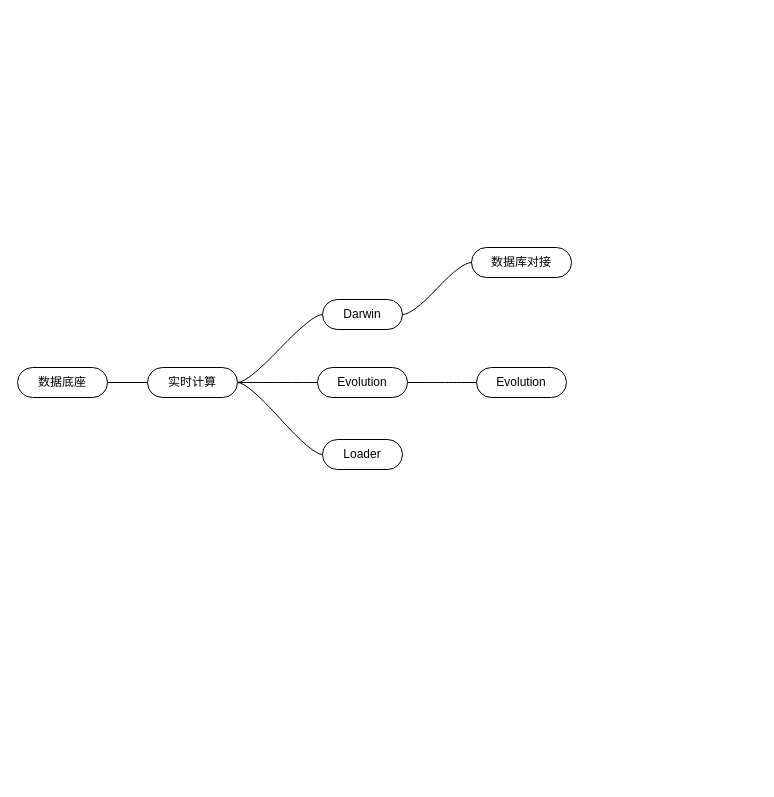
Before: Untitled Diagram.drawio in stromhan/blog, a draw.io diagram. Source tidied: cells renumbered, new cells numbered last; positions are measured from the earlier drawing's top-left corner, leaving out a move shared by most shapes. Both pictures are drawn from the tidied source at 100%, with x=0, y=0 at pixel (17, 247).
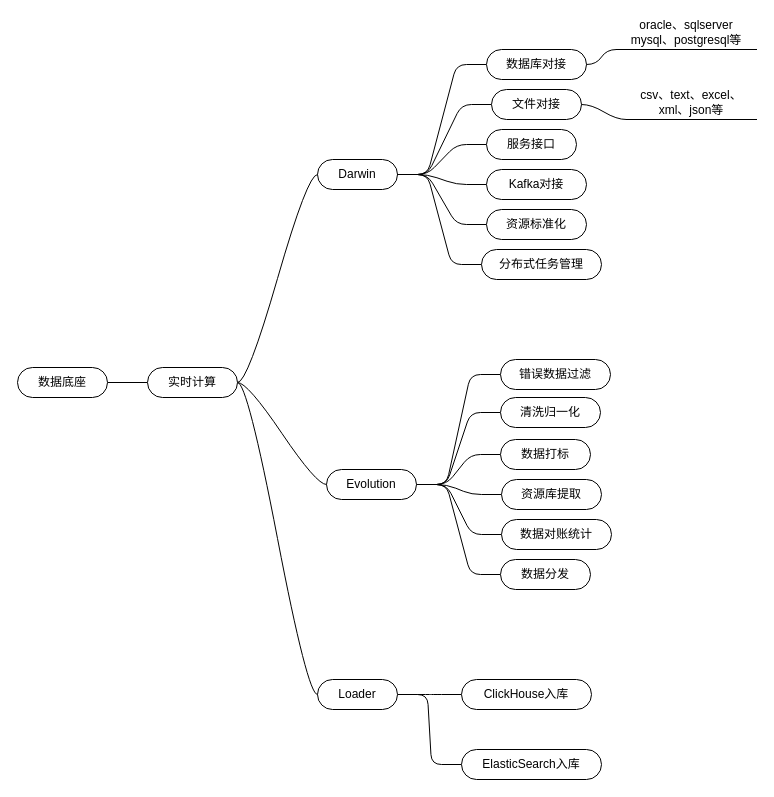
Above is the later version.

What changed in the source:
```diff
@@
+    <mxCell id="15" style="edgeStyle=entityRelationEdgeStyle;jettySize=auto;html=1;endArrow=none;endFill=0;" parent="1" edge="1" source="2" target="36">
+      <mxGeometry relative="1" as="geometry" />
+    </mxCell>
     <mxCell id="2" value="Darwin" style="whiteSpace=wrap;html=1;rounded=1;arcSize=50;align=center;verticalAlign=middle;strokeWidth=1;spacing=4;newEdgeStyle={&quot;edgeStyle&quot;:&quot;entityRelationEdgeStyle&quot;,&quot;startArrow&quot;:&quot;none&quot;,&quot;endArrow&quot;:&quot;none&quot;,&quot;segment&quot;:10,&quot;curved&quot;:1};sketch=0;" parent="1" vertex="1">
-      <mxGeometry x="305" y="52" width="80" height="30" as="geometry" />
+      <mxGeometry x="300" y="-88" width="80" height="30" as="geometry" />
     </mxCell>
@@
+    <mxCell id="16" style="edgeStyle=entityRelationEdgeStyle;jettySize=auto;html=1;endArrow=none;endFill=0;" parent="1" edge="1" source="5" target="23">
+      <mxGeometry relative="1" as="geometry" />
+    </mxCell>
+    <mxCell id="17" style="edgeStyle=entityRelationEdgeStyle;jettySize=auto;html=1;endArrow=none;endFill=0;" parent="1" edge="1" source="5" target="37">
+      <mxGeometry relative="1" as="geometry" />
+    </mxCell>
+    <mxCell id="18" style="edgeStyle=entityRelationEdgeStyle;jettySize=auto;html=1;endArrow=none;endFill=0;" parent="1" edge="1" source="5" target="38">
+      <mxGeometry relative="1" as="geometry" />
+    </mxCell>
+    <mxCell id="19" style="edgeStyle=entityRelationEdgeStyle;jettySize=auto;html=1;endArrow=none;endFill=0;" parent="1" edge="1" source="5" target="39">
+      <mxGeometry relative="1" as="geometry" />
+    </mxCell>
+    <mxCell id="20" style="edgeStyle=entityRelationEdgeStyle;jettySize=auto;html=1;endArrow=none;endFill=0;" parent="1" edge="1" source="5" target="40">
+      <mxGeometry relative="1" as="geometry" />
+    </mxCell>
     <mxCell id="5" value="Evolution" style="whiteSpace=wrap;html=1;rounded=1;arcSize=50;align=center;verticalAlign=middle;strokeWidth=1;spacing=4;newEdgeStyle={&quot;edgeStyle&quot;:&quot;entityRelationEdgeStyle&quot;,&quot;startArrow&quot;:&quot;none&quot;,&quot;endArrow&quot;:&quot;none&quot;,&quot;segment&quot;:10,&quot;curved&quot;:1};sketch=0;" parent="1" vertex="1">
-      <mxGeometry x="300" y="120" width="90" height="30" as="geometry" />
+      <mxGeometry x="309" y="222" width="90" height="30" as="geometry" />
     </mxCell>
@@
+    <mxCell id="21" style="edgeStyle=entityRelationEdgeStyle;jettySize=auto;html=1;endArrow=none;endFill=0;" parent="1" edge="1" source="7" target="41">
+      <mxGeometry relative="1" as="geometry" />
+    </mxCell>
+    <mxCell id="22" style="edgeStyle=entityRelationEdgeStyle;jettySize=auto;html=1;endArrow=none;endFill=0;" parent="1" edge="1" source="7" target="42">
+      <mxGeometry relative="1" as="geometry" />
+    </mxCell>
     <mxCell id="7" value="Loader" style="whiteSpace=wrap;html=1;rounded=1;arcSize=50;align=center;verticalAlign=middle;strokeWidth=1;spacing=4;newEdgeStyle={&quot;edgeStyle&quot;:&quot;entityRelationEdgeStyle&quot;,&quot;startArrow&quot;:&quot;none&quot;,&quot;endArrow&quot;:&quot;none&quot;,&quot;segment&quot;:10,&quot;curved&quot;:1};sketch=0;" parent="1" vertex="1">
-      <mxGeometry x="305" y="192" width="80" height="30" as="geometry" />
+      <mxGeometry x="300" y="432" width="80" height="30" as="geometry" />
     </mxCell>
@@
+    <mxCell id="14" value="错误数据过滤" style="whiteSpace=wrap;html=1;rounded=1;arcSize=50;align=center;verticalAlign=middle;strokeWidth=1;spacing=4;newEdgeStyle={&quot;edgeStyle&quot;:&quot;entityRelationEdgeStyle&quot;,&quot;startArrow&quot;:&quot;none&quot;,&quot;endArrow&quot;:&quot;none&quot;,&quot;segment&quot;:10,&quot;curved&quot;:1};sketch=0;" parent="1" vertex="1">
+      <mxGeometry x="483" y="112" width="110" height="30" as="geometry" />
+    </mxCell>
+    <mxCell id="23" value="清洗归一化" style="whiteSpace=wrap;html=1;rounded=1;arcSize=50;align=center;verticalAlign=middle;strokeWidth=1;spacing=4;newEdgeStyle={&quot;edgeStyle&quot;:&quot;entityRelationEdgeStyle&quot;,&quot;startArrow&quot;:&quot;none&quot;,&quot;endArrow&quot;:&quot;none&quot;,&quot;segment&quot;:10,&quot;curved&quot;:1};sketch=0;" parent="1" vertex="1">
+      <mxGeometry x="483" y="150" width="100" height="30" as="geometry" />
+    </mxCell>
+    <mxCell id="24" style="edgeStyle=entityRelationEdgeStyle;jettySize=auto;html=1;endArrow=none;endFill=0;" parent="1" edge="1" source="2" target="28">
+      <mxGeometry relative="1" as="geometry" />
+    </mxCell>
+    <mxCell id="25" style="edgeStyle=entityRelationEdgeStyle;jettySize=auto;html=1;endArrow=none;endFill=0;" parent="1" edge="1" source="2" target="29">
+      <mxGeometry relative="1" as="geometry" />
+    </mxCell>
+    <mxCell id="13" style="edgeStyle=entityRelationEdgeStyle;jettySize=auto;html=1;endArrow=none;endFill=0;" parent="1" edge="1" source="2" target="12">
+      <mxGeometry relative="1" as="geometry" />
+    </mxCell>
+    <mxCell id="26" style="edgeStyle=entityRelationEdgeStyle;jettySize=auto;html=1;endArrow=none;endFill=0;" parent="1" edge="1" source="2" target="30">
+      <mxGeometry relative="1" as="geometry" />
+    </mxCell>
+    <mxCell id="27" style="edgeStyle=entityRelationEdgeStyle;jettySize=auto;html=1;endArrow=none;endFill=0;" parent="1" edge="1" source="2" target="31">
+      <mxGeometry relative="1" as="geometry" />
+    </mxCell>
+    <mxCell id="28" value="文件对接" style="whiteSpace=wrap;html=1;rounded=1;arcSize=50;align=center;verticalAlign=middle;strokeWidth=1;spacing=4;newEdgeStyle={&quot;edgeStyle&quot;:&quot;entityRelationEdgeStyle&quot;,&quot;startArrow&quot;:&quot;none&quot;,&quot;endArrow&quot;:&quot;none&quot;,&quot;segment&quot;:10,&quot;curved&quot;:1};sketch=0;" parent="1" vertex="1">
+      <mxGeometry x="474" y="-158" width="90" height="30" as="geometry" />
+    </mxCell>
+    <mxCell id="29" value="服务接口" style="whiteSpace=wrap;html=1;rounded=1;arcSize=50;align=center;verticalAlign=middle;strokeWidth=1;spacing=4;newEdgeStyle={&quot;edgeStyle&quot;:&quot;entityRelationEdgeStyle&quot;,&quot;startArrow&quot;:&quot;none&quot;,&quot;endArrow&quot;:&quot;none&quot;,&quot;segment&quot;:10,&quot;curved&quot;:1};sketch=0;" parent="1" vertex="1">
+      <mxGeometry x="469" y="-118" width="90" height="30" as="geometry" />
+    </mxCell>
     <mxCell id="12" value="数据库对接" style="whiteSpace=wrap;html=1;rounded=1;arcSize=50;align=center;verticalAlign=middle;strokeWidth=1;spacing=4;newEdgeStyle={&quot;edgeStyle&quot;:&quot;entityRelationEdgeStyle&quot;,&quot;startArrow&quot;:&quot;none&quot;,&quot;endArrow&quot;:&quot;none&quot;,&quot;segment&quot;:10,&quot;curved&quot;:1};sketch=0;" parent="1" vertex="1">
-      <mxGeometry x="454" width="100" height="30" as="geometry" />
+      <mxGeometry x="469" y="-198" width="100" height="30" as="geometry" />
     </mxCell>
-    <mxCell id="13" style="edgeStyle=entityRelationEdgeStyle;startArrow=none;endArrow=none;segment=10;curved=1;rounded=0;exitX=1;exitY=0.5;exitDx=0;exitDy=0;" parent="1" edge="1" source="2" target="12">
-      <mxGeometry relative="1" as="geometry" />
-    </mxCell>
-    <mxCell id="14" value="Evolution" style="whiteSpace=wrap;html=1;rounded=1;arcSize=50;align=center;verticalAlign=middle;strokeWidth=1;spacing=4;newEdgeStyle={&quot;edgeStyle&quot;:&quot;entityRelationEdgeStyle&quot;,&quot;startArrow&quot;:&quot;none&quot;,&quot;endArrow&quot;:&quot;none&quot;,&quot;segment&quot;:10,&quot;curved&quot;:1};sketch=0;" parent="1" vertex="1">
-      <mxGeometry x="459" y="120" width="90" height="30" as="geometry" />
-    </mxCell>
+    <mxCell id="30" value="Kafka对接" style="whiteSpace=wrap;html=1;rounded=1;arcSize=50;align=center;verticalAlign=middle;strokeWidth=1;spacing=4;newEdgeStyle={&quot;edgeStyle&quot;:&quot;entityRelationEdgeStyle&quot;,&quot;startArrow&quot;:&quot;none&quot;,&quot;endArrow&quot;:&quot;none&quot;,&quot;segment&quot;:10,&quot;curved&quot;:1};sketch=0;" parent="1" vertex="1">
+      <mxGeometry x="469" y="-78" width="100" height="30" as="geometry" />
+    </mxCell>
+    <mxCell id="31" value="资源标准化" style="whiteSpace=wrap;html=1;rounded=1;arcSize=50;align=center;verticalAlign=middle;strokeWidth=1;spacing=4;newEdgeStyle={&quot;edgeStyle&quot;:&quot;entityRelationEdgeStyle&quot;,&quot;startArrow&quot;:&quot;none&quot;,&quot;endArrow&quot;:&quot;none&quot;,&quot;segment&quot;:10,&quot;curved&quot;:1};sketch=0;" parent="1" vertex="1">
+      <mxGeometry x="469" y="-38" width="100" height="30" as="geometry" />
+    </mxCell>
+    <mxCell id="32" value="oracle、sqlserver&lt;br&gt;mysql、postgresql等" style="whiteSpace=wrap;html=1;shape=partialRectangle;top=0;left=0;bottom=1;right=0;points=[[0,1],[1,1]];fillColor=none;align=center;verticalAlign=bottom;routingCenterY=0.5;snapToPoint=1;newEdgeStyle={&quot;edgeStyle&quot;:&quot;entityRelationEdgeStyle&quot;,&quot;startArrow&quot;:&quot;none&quot;,&quot;endArrow&quot;:&quot;none&quot;,&quot;segment&quot;:10,&quot;curved&quot;:1};sketch=0;strokeWidth=1;" parent="1" vertex="1">
+      <mxGeometry x="599" y="-228" width="140" height="30" as="geometry" />
+    </mxCell>
+    <mxCell id="33" style="edgeStyle=entityRelationEdgeStyle;startArrow=none;endArrow=none;segment=10;curved=1;exitX=1;exitY=0.5;exitDx=0;exitDy=0;" parent="1" edge="1" source="12" target="32">
+      <mxGeometry x="400" y="-50" as="geometry" />
+    </mxCell>
+    <mxCell id="34" value="csv、text、excel、&lt;br&gt;xml、json等" style="whiteSpace=wrap;html=1;shape=partialRectangle;top=0;left=0;bottom=1;right=0;points=[[0,1],[1,1]];fillColor=none;align=center;verticalAlign=bottom;routingCenterY=0.5;snapToPoint=1;newEdgeStyle={&quot;edgeStyle&quot;:&quot;entityRelationEdgeStyle&quot;,&quot;startArrow&quot;:&quot;none&quot;,&quot;endArrow&quot;:&quot;none&quot;,&quot;segment&quot;:10,&quot;curved&quot;:1};sketch=0;strokeWidth=1;" parent="1" vertex="1">
+      <mxGeometry x="609" y="-158" width="130" height="30" as="geometry" />
+    </mxCell>
+    <mxCell id="35" style="edgeStyle=entityRelationEdgeStyle;startArrow=none;endArrow=none;segment=10;curved=1;exitX=1;exitY=0.5;exitDx=0;exitDy=0;" parent="1" edge="1" source="28" target="34">
+      <mxGeometry x="400" y="-50" as="geometry" />
+    </mxCell>
+    <mxCell id="36" value="分布式任务管理" style="whiteSpace=wrap;html=1;rounded=1;arcSize=50;align=center;verticalAlign=middle;strokeWidth=1;spacing=4;newEdgeStyle={&quot;edgeStyle&quot;:&quot;entityRelationEdgeStyle&quot;,&quot;startArrow&quot;:&quot;none&quot;,&quot;endArrow&quot;:&quot;none&quot;,&quot;segment&quot;:10,&quot;curved&quot;:1};sketch=0;" parent="1" vertex="1">
+      <mxGeometry x="464" y="2" width="120" height="30" as="geometry" />
+    </mxCell>
+    <mxCell id="37" value="数据打标" style="whiteSpace=wrap;html=1;rounded=1;arcSize=50;align=center;verticalAlign=middle;strokeWidth=1;spacing=4;newEdgeStyle={&quot;edgeStyle&quot;:&quot;entityRelationEdgeStyle&quot;,&quot;startArrow&quot;:&quot;none&quot;,&quot;endArrow&quot;:&quot;none&quot;,&quot;segment&quot;:10,&quot;curved&quot;:1};sketch=0;" parent="1" vertex="1">
+      <mxGeometry x="483" y="192" width="90" height="30" as="geometry" />
+    </mxCell>
+    <mxCell id="38" value="资源库提取" style="whiteSpace=wrap;html=1;rounded=1;arcSize=50;align=center;verticalAlign=middle;strokeWidth=1;spacing=4;newEdgeStyle={&quot;edgeStyle&quot;:&quot;entityRelationEdgeStyle&quot;,&quot;startArrow&quot;:&quot;none&quot;,&quot;endArrow&quot;:&quot;none&quot;,&quot;segment&quot;:10,&quot;curved&quot;:1};sketch=0;" parent="1" vertex="1">
+      <mxGeometry x="484" y="232" width="100" height="30" as="geometry" />
+    </mxCell>
+    <mxCell id="39" value="数据对账统计" style="whiteSpace=wrap;html=1;rounded=1;arcSize=50;align=center;verticalAlign=middle;strokeWidth=1;spacing=4;newEdgeStyle={&quot;edgeStyle&quot;:&quot;entityRelationEdgeStyle&quot;,&quot;startArrow&quot;:&quot;none&quot;,&quot;endArrow&quot;:&quot;none&quot;,&quot;segment&quot;:10,&quot;curved&quot;:1};sketch=0;" parent="1" vertex="1">
+      <mxGeometry x="484" y="272" width="110" height="30" as="geometry" />
+    </mxCell>
+    <mxCell id="40" value="数据分发" style="whiteSpace=wrap;html=1;rounded=1;arcSize=50;align=center;verticalAlign=middle;strokeWidth=1;spacing=4;newEdgeStyle={&quot;edgeStyle&quot;:&quot;entityRelationEdgeStyle&quot;,&quot;startArrow&quot;:&quot;none&quot;,&quot;endArrow&quot;:&quot;none&quot;,&quot;segment&quot;:10,&quot;curved&quot;:1};sketch=0;" parent="1" vertex="1">
+      <mxGeometry x="483" y="312" width="90" height="30" as="geometry" />
+    </mxCell>
+    <mxCell id="41" value="ClickHouse入库" style="whiteSpace=wrap;html=1;rounded=1;arcSize=50;align=center;verticalAlign=middle;strokeWidth=1;spacing=4;newEdgeStyle={&quot;edgeStyle&quot;:&quot;entityRelationEdgeStyle&quot;,&quot;startArrow&quot;:&quot;none&quot;,&quot;endArrow&quot;:&quot;none&quot;,&quot;segment&quot;:10,&quot;curved&quot;:1};sketch=0;" parent="1" vertex="1">
+      <mxGeometry x="444" y="432" width="130" height="30" as="geometry" />
+    </mxCell>
+    <mxCell id="42" value="ElasticSearch入库" style="whiteSpace=wrap;html=1;rounded=1;arcSize=50;align=center;verticalAlign=middle;strokeWidth=1;spacing=4;newEdgeStyle={&quot;edgeStyle&quot;:&quot;entityRelationEdgeStyle&quot;,&quot;startArrow&quot;:&quot;none&quot;,&quot;endArrow&quot;:&quot;none&quot;,&quot;segment&quot;:10,&quot;curved&quot;:1};sketch=0;" parent="1" vertex="1">
+      <mxGeometry x="444" y="502" width="140" height="30" as="geometry" />
+    </mxCell>
```
